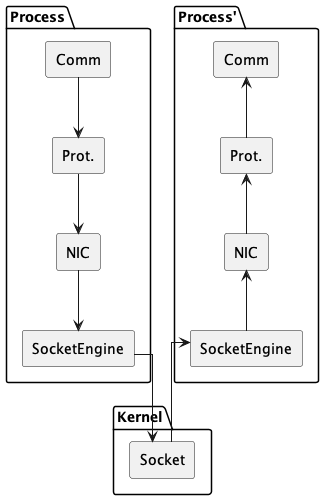
jcconnects/UFSC-INE5424 keeps this PlantUML diagram as doc/uml/output/02-process_thread_diagram.png. Above is the earlier version. Source of this version:
```plantuml
@startuml 02-process_thread_diagram

skinparam componentStyle rectangle
skinparam backgroundColor white
skinparam linetype ortho

package "Process" {
  component [Comm] as comm1
  component [Prot.] as prot1
  component [NIC] as nic1
  component [SocketEngine] as SocketEngine1

  comm1 --> prot1
  prot1 --> nic1
  nic1 --> SocketEngine1
}

package "Process'" {
  component [Comm] as comm2
  component [Prot.] as prot2
  component [NIC] as nic2
  component [SocketEngine] as SocketEngine2

  nic2 <-- SocketEngine2
  prot2 <-- nic2
  comm2 <-- prot2
}

package "Kernel" {
  component [Socket] as socket

  SocketEngine1 --> socket
  SocketEngine2 <-- socket
}

@enduml
```
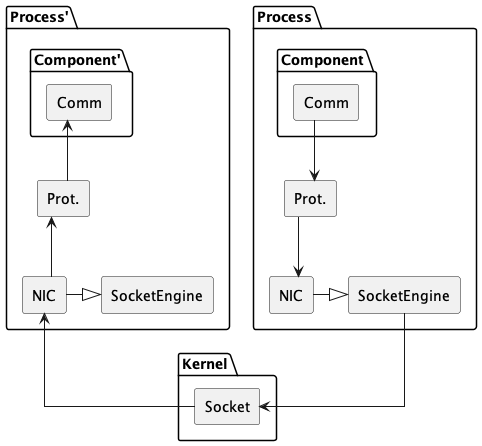
The same file after the commit.

Commit message:
update process diagram

The edit, as a diff of the source:
```diff
@@ -5,23 +5,27 @@
 skinparam linetype ortho
 
 package "Process" {
-  component [Comm] as comm1
+  package "Component" {
+    component [Comm] as comm1
+  }
   component [Prot.] as prot1
   component [NIC] as nic1
   component [SocketEngine] as SocketEngine1
 
   comm1 --> prot1
   prot1 --> nic1
-  nic1 --> SocketEngine1
+  nic1 -|> SocketEngine1
 }
 
 package "Process'" {
-  component [Comm] as comm2
-  component [Prot.] as prot2
-  component [NIC] as nic2
-  component [SocketEngine] as SocketEngine2
+  package "Component'" {
+    component [Comm] as comm2
+  }
+    component [Prot.] as prot2
+    component [NIC] as nic2
+    component [SocketEngine] as SocketEngine2
 
-  nic2 <-- SocketEngine2
+  nic2 -|> SocketEngine2
   prot2 <-- nic2
   comm2 <-- prot2
 }
@@ -30,7 +34,7 @@
   component [Socket] as socket
 
   SocketEngine1 --> socket
-  SocketEngine2 <-- socket
+  nic2 <-- socket
 }
 
 @enduml
```
